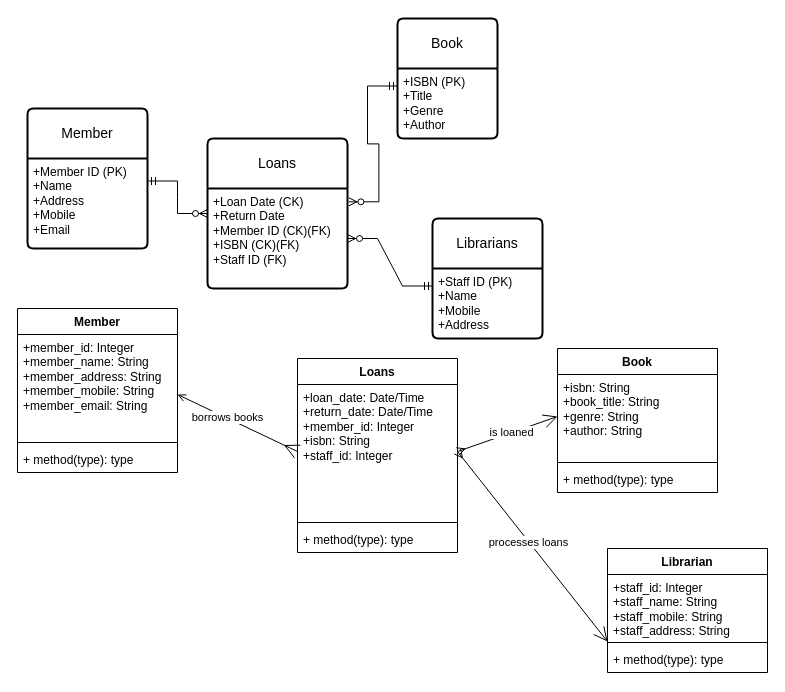
Before: Library ERD.drawio in jamesking020773/jamesking020773.github.io, a draw.io diagram. Source tidied: cells renumbered, new cells numbered last; positions are measured from the earlier drawing's top-left corner, leaving out a move shared by most shapes. Both pictures are drawn from the tidied source at 100%, with x=0, y=0 at pixel (17, 18).
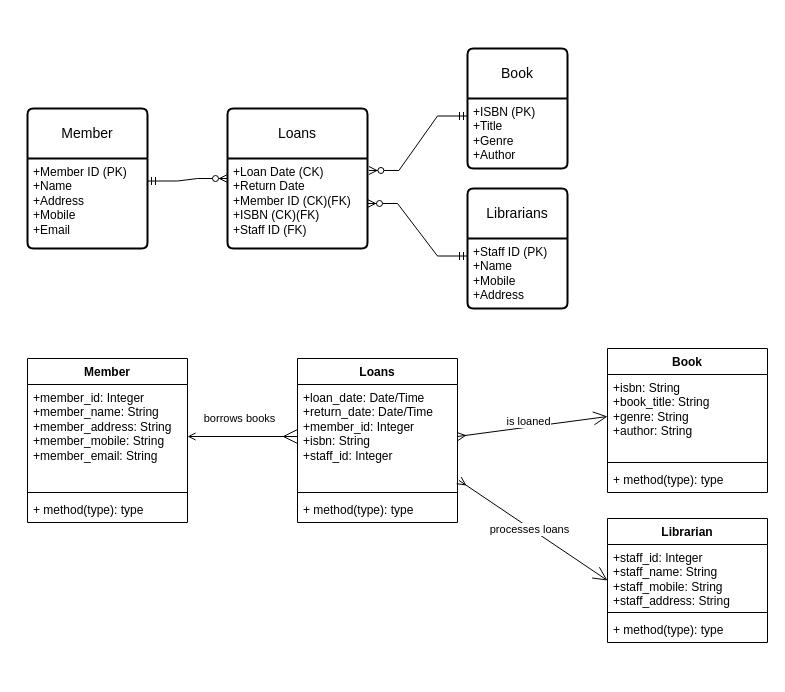
The same page after the edit.

Unchanged cells that the change refers to:
```xml
<mxCell id="14" value="&lt;span style=&quot;text-wrap: nowrap;&quot;&gt;+member_id: Integer&lt;/span&gt;&lt;br style=&quot;text-wrap: nowrap;&quot;&gt;&lt;span style=&quot;text-wrap: nowrap;&quot;&gt;+member_name: String&lt;/span&gt;&lt;br style=&quot;text-wrap: nowrap;&quot;&gt;&lt;span style=&quot;text-wrap: nowrap;&quot;&gt;+member_address: String&lt;/span&gt;&lt;div style=&quot;text-wrap: nowrap;&quot;&gt;+member_mobile: String&lt;/div&gt;&lt;div style=&quot;text-wrap: nowrap;&quot;&gt;+member_email: String&lt;/div&gt;" style="text;strokeColor=none;fillColor=none;align=left;verticalAlign=top;spacingLeft=4;spacingRight=4;overflow=hidden;points=[[0,0.5],[1,0.5]];portConstraint=eastwest;whiteSpace=wrap;html=1;" parent="13" vertex="1">
  <mxGeometry y="26" width="160" height="104" as="geometry" />
</mxCell>
<mxCell id="29" style="endArrow=open;endFill=0;endSize=12;html=1;rounded=0;entryX=0;entryY=0.5;entryDx=0;entryDy=0;exitX=1;exitY=0.5;exitDx=0;exitDy=0;startArrow=ERmany;startFill=0;" parent="1" edge="1" source="18" target="22">
  <mxGeometry relative="1" as="geometry" />
</mxCell>
```

Change to the diagram source:
```diff
@@
     <mxCell id="2" value="Book" style="swimlane;horizontal=1;startSize=50;rounded=1;fontSize=14;fontStyle=0;strokeWidth=2;shadow=0;dashed=0;align=center;arcSize=4;whiteSpace=wrap;html=1;" parent="1" vertex="1">
-      <mxGeometry x="380" width="100" height="120" as="geometry" />
+      <mxGeometry x="450" y="30" width="100" height="120" as="geometry" />
     </mxCell>
@@
     <mxCell id="6" value="Loans" style="swimlane;horizontal=1;startSize=50;rounded=1;fontSize=14;fontStyle=0;strokeWidth=2;shadow=0;dashed=0;align=center;arcSize=4;whiteSpace=wrap;html=1;" parent="1" vertex="1">
-      <mxGeometry x="190" y="120" width="140" height="150" as="geometry" />
+      <mxGeometry x="210" y="90" width="140" height="140" as="geometry" />
     </mxCell>
     <mxCell id="7" value="+Loan Date (CK)&lt;br&gt;+Return Date&lt;br&gt;+Member ID (CK)(FK)&lt;div&gt;+ISBN (CK)(FK)&lt;/div&gt;&lt;div&gt;+Staff ID (FK)&lt;/div&gt;" style="align=left;strokeColor=none;fillColor=none;spacingLeft=4;fontSize=12;verticalAlign=top;html=1;" parent="6" vertex="1">
-      <mxGeometry y="50" width="140" height="100" as="geometry" />
+      <mxGeometry y="50" width="140" height="90" as="geometry" />
     </mxCell>
@@
     <mxCell id="10" value="Librarians" style="swimlane;horizontal=1;startSize=50;rounded=1;fontSize=14;fontStyle=0;strokeWidth=2;shadow=0;dashed=0;align=center;arcSize=4;whiteSpace=wrap;html=1;" parent="1" vertex="1">
-      <mxGeometry x="415" y="200" width="110" height="120" as="geometry" />
+      <mxGeometry x="450" y="170" width="100" height="120" as="geometry" />
     </mxCell>
     <mxCell id="11" value="+Staff ID (PK)&lt;div&gt;+Name&lt;/div&gt;&lt;div&gt;+Mobile&lt;/div&gt;&lt;div&gt;+Address&lt;/div&gt;" style="align=left;strokeColor=none;fillColor=none;spacingLeft=4;fontSize=12;verticalAlign=top;html=1;" parent="10" vertex="1">
-      <mxGeometry y="50" width="110" height="70" as="geometry" />
+      <mxGeometry y="50" width="100" height="70" as="geometry" />
     </mxCell>
@@
     <mxCell id="13" value="Member" style="swimlane;fontStyle=1;align=center;verticalAlign=top;horizontal=1;startSize=26;whiteSpace=wrap;html=1;" parent="1" vertex="1">
-      <mxGeometry y="290" width="160" height="164" as="geometry" />
+      <mxGeometry x="10" y="340" width="160" height="164" as="geometry" />
     </mxCell>
@@
     <mxCell id="17" value="Loans" style="swimlane;fontStyle=1;align=center;verticalAlign=top;horizontal=1;startSize=26;whiteSpace=wrap;html=1;" parent="1" vertex="1">
-      <mxGeometry x="280" y="340" width="160" height="194" as="geometry" />
+      <mxGeometry x="280" y="340" width="160" height="164" as="geometry" />
     </mxCell>
     <mxCell id="18" value="&lt;span style=&quot;text-wrap: nowrap;&quot;&gt;+loan_date: Date/Time&lt;/span&gt;&lt;br style=&quot;text-wrap: nowrap;&quot;&gt;&lt;span style=&quot;text-wrap: nowrap;&quot;&gt;+return_date: Date/Time&lt;/span&gt;&lt;br style=&quot;text-wrap: nowrap;&quot;&gt;&lt;span style=&quot;text-wrap: nowrap;&quot;&gt;+member_id: Integer&lt;/span&gt;&lt;div style=&quot;text-wrap: nowrap;&quot;&gt;+isbn: String&lt;/div&gt;&lt;div style=&quot;text-wrap: nowrap;&quot;&gt;+staff_id: Integer&lt;/div&gt;" style="text;strokeColor=none;fillColor=none;align=left;verticalAlign=top;spacingLeft=4;spacingRight=4;overflow=hidden;points=[[0,0.5],[1,0.5]];portConstraint=eastwest;whiteSpace=wrap;html=1;" parent="17" vertex="1">
-      <mxGeometry y="26" width="160" height="134" as="geometry" />
+      <mxGeometry y="26" width="160" height="104" as="geometry" />
     </mxCell>
     <mxCell id="19" style="line;strokeWidth=1;fillColor=none;align=left;verticalAlign=middle;spacingTop=-1;spacingLeft=3;spacingRight=3;labelPosition=right;strokeColor=inherit;" parent="17" vertex="1">
-      <mxGeometry y="160" width="160" height="8" as="geometry" />
+      <mxGeometry y="130" width="160" height="8" as="geometry" />
     </mxCell>
     <mxCell id="20" value="+ method(type): type" style="text;strokeColor=none;fillColor=none;align=left;verticalAlign=top;spacingLeft=4;spacingRight=4;overflow=hidden;whiteSpace=wrap;html=1;" parent="17" vertex="1">
-      <mxGeometry y="168" width="160" height="26" as="geometry" />
+      <mxGeometry y="138" width="160" height="26" as="geometry" />
     </mxCell>
     <mxCell id="21" value="Book" style="swimlane;fontStyle=1;align=center;verticalAlign=top;horizontal=1;startSize=26;whiteSpace=wrap;html=1;" parent="1" vertex="1">
-      <mxGeometry x="540" y="330" width="160" height="144" as="geometry" />
+      <mxGeometry x="590" y="330" width="160" height="144" as="geometry" />
     </mxCell>
@@
     <mxCell id="25" value="Librarian" style="swimlane;fontStyle=1;align=center;verticalAlign=top;horizontal=1;startSize=26;whiteSpace=wrap;html=1;" parent="1" vertex="1">
-      <mxGeometry x="590" y="530" width="160" height="124" as="geometry" />
+      <mxGeometry x="590" y="500" width="160" height="124" as="geometry" />
     </mxCell>
@@
     <mxCell id="30" value="is loaned" style="edgeLabel;html=1;align=center;verticalAlign=middle;" parent="29" vertex="1">
-      <mxGeometry x="0.07" y="1" relative="1" as="geometry" />
+      <mxGeometry x="0.07" y="1" relative="1" as="geometry">
+        <mxPoint x="-10" y="-4" as="offset" />
+      </mxGeometry>
     </mxCell>
-    <mxCell id="31" style="endArrow=ERmany;endFill=0;endSize=12;html=1;rounded=0;exitX=1;exitY=0.577;exitDx=0;exitDy=0;exitPerimeter=0;entryX=0;entryY=0.5;entryDx=0;entryDy=0;startArrow=open;startFill=0;" parent="1" edge="1" source="14" target="18">
-      <mxGeometry relative="1" as="geometry" />
+    <mxCell id="31" style="endArrow=ERmany;endFill=0;endSize=12;html=1;rounded=0;entryX=0;entryY=0.5;entryDx=0;entryDy=0;startArrow=open;startFill=0;" parent="1" edge="1" target="18">
+      <mxGeometry relative="1" as="geometry">
+        <mxPoint x="170" y="418" as="sourcePoint" />
+      </mxGeometry>
     </mxCell>
     <mxCell id="32" value="borrows books" style="edgeLabel;html=1;align=center;verticalAlign=middle;" parent="31" vertex="1">
-      <mxGeometry x="-0.19" y="1" relative="1" as="geometry" />
+      <mxGeometry x="-0.19" y="1" relative="1" as="geometry">
+        <mxPoint x="6" y="-18" as="offset" />
+      </mxGeometry>
     </mxCell>
-    <mxCell id="33" style="endArrow=open;endFill=1;endSize=12;html=1;rounded=0;entryX=0;entryY=0.75;entryDx=0;entryDy=0;exitX=1;exitY=0.5;exitDx=0;exitDy=0;startArrow=ERmany;startFill=0;" parent="1" edge="1" source="18" target="25">
+    <mxCell id="33" style="endArrow=open;endFill=1;endSize=12;html=1;rounded=0;entryX=0;entryY=0.5;entryDx=0;entryDy=0;exitX=1.009;exitY=0.922;exitDx=0;exitDy=0;startArrow=ERmany;startFill=0;exitPerimeter=0;" parent="1" edge="1" source="18" target="25">
       <mxGeometry relative="1" as="geometry" />
     </mxCell>
```
